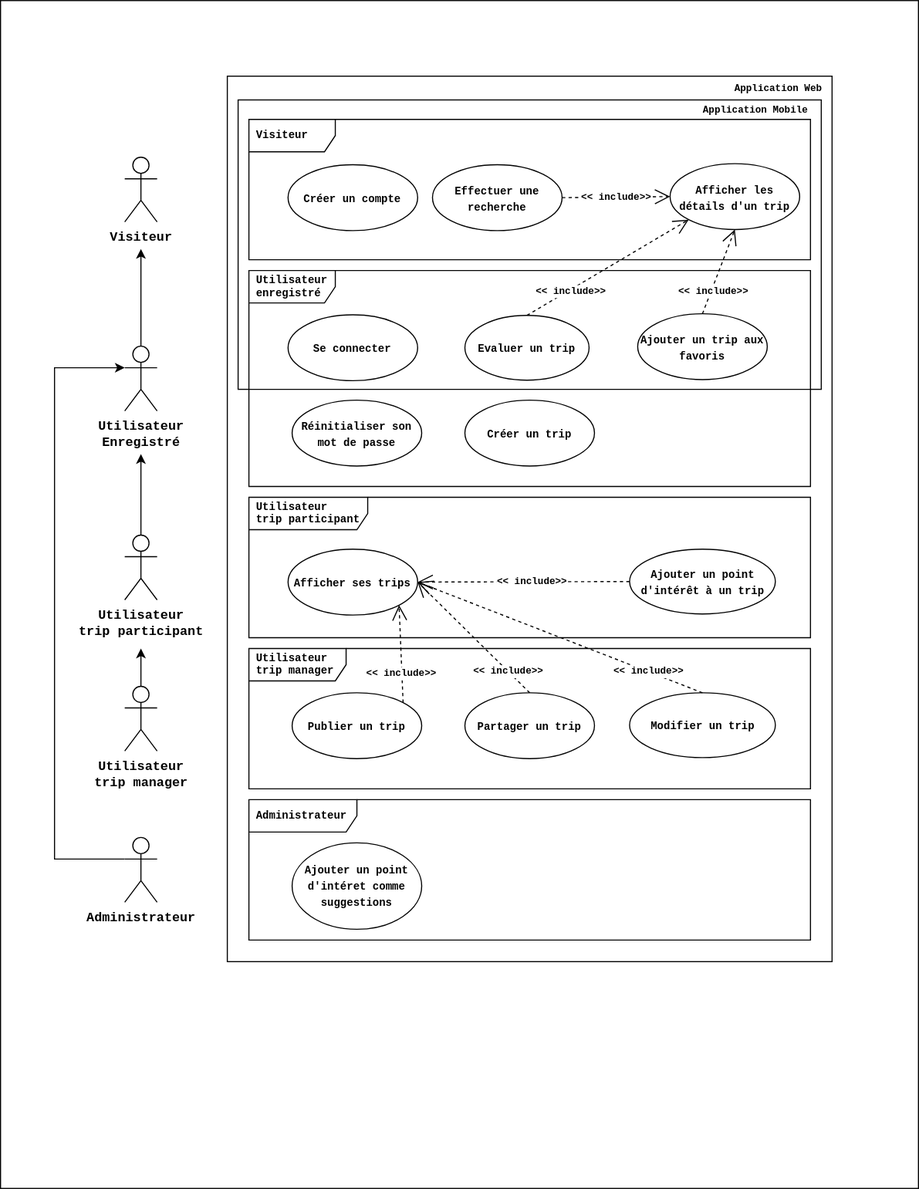
Earlier version of the draw.io export geocity.analysis/TFE/ressources/svg/diagramme-use-cases.svg (WilliamGordon/GeoCity). Source tidied: cells renumbered, new cells last; positions are measured from the earlier drawing's top-left corner, leaving out a move shared by most shapes.
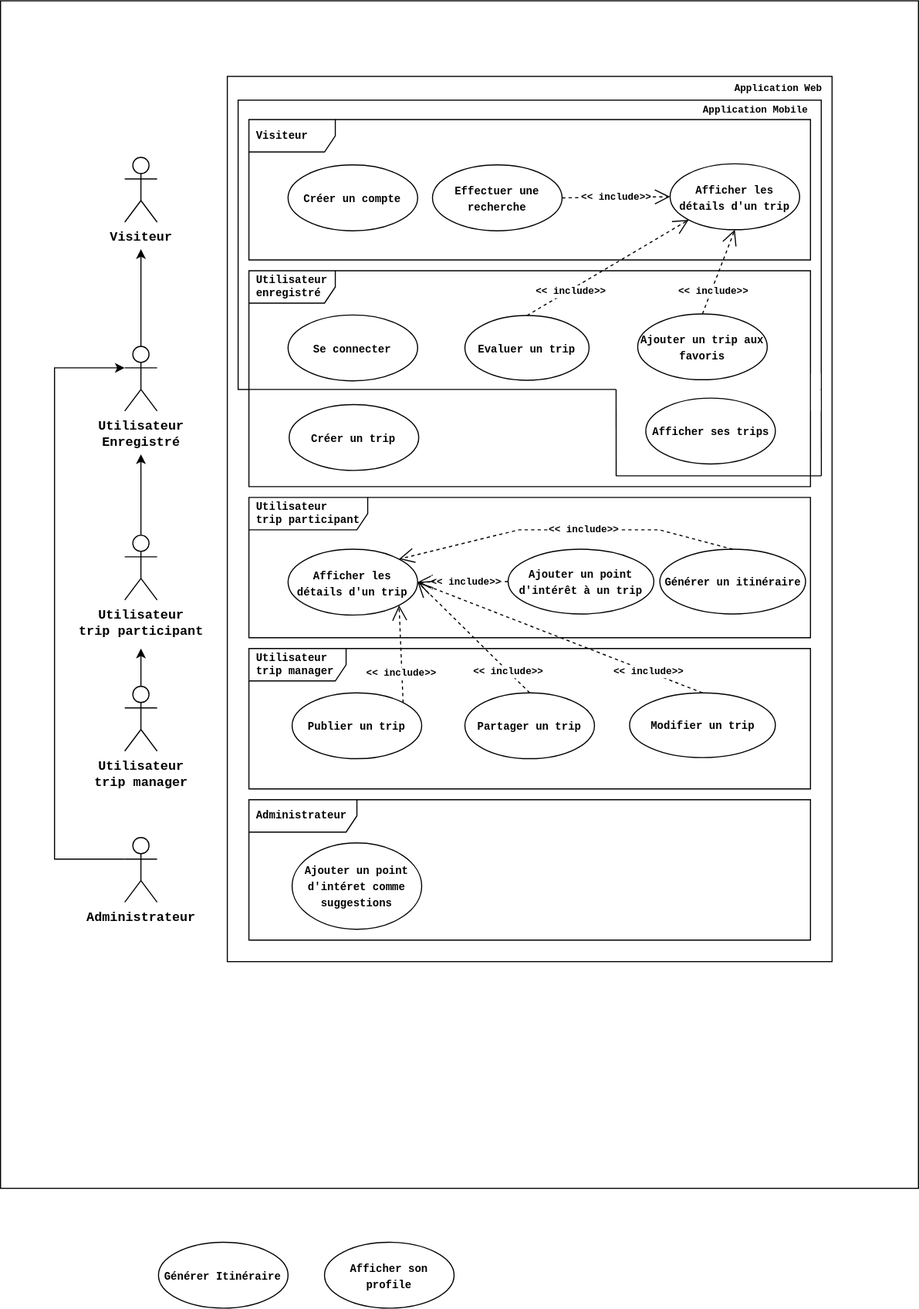
Later version of the same file.

Diff of the diagram source:
```diff
@@ -64,7 +64,7 @@
       <mxGeometry relative="1" as="geometry" />
     </mxCell>
     <mxCell id="21" value="&lt;font size=&quot;1&quot; face=&quot;Courier New&quot;&gt;&lt;b&gt;Créer un trip&lt;/b&gt;&lt;/font&gt;" style="ellipse;whiteSpace=wrap;html=1;" parent="1" vertex="1">
-      <mxGeometry x="430" y="370" width="120" height="61" as="geometry" />
+      <mxGeometry x="267.2" y="374" width="120" height="61" as="geometry" />
     </mxCell>
     <mxCell id="22" value="&lt;font size=&quot;1&quot; face=&quot;Courier New&quot;&gt;&lt;b&gt;Ajouter un trip aux favoris&lt;/b&gt;&lt;/font&gt;" style="ellipse;whiteSpace=wrap;html=1;" parent="1" vertex="1">
       <mxGeometry x="590" y="290" width="120" height="61" as="geometry" />
@@ -78,9 +78,6 @@
     <mxCell id="25" value="&lt;font size=&quot;1&quot; face=&quot;Courier New&quot;&gt;&lt;b&gt;Se connecter&lt;/b&gt;&lt;/font&gt;" style="ellipse;whiteSpace=wrap;html=1;" parent="1" vertex="1">
       <mxGeometry x="266.2" y="291" width="120" height="61" as="geometry" />
     </mxCell>
-    <mxCell id="26" value="&lt;font size=&quot;1&quot; face=&quot;Courier New&quot;&gt;&lt;b&gt;Réinitialiser son mot de passe&lt;/b&gt;&lt;/font&gt;" style="ellipse;whiteSpace=wrap;html=1;" parent="1" vertex="1">
-      <mxGeometry x="270" y="370" width="120" height="61" as="geometry" />
-    </mxCell>
     <mxCell id="27" value="&lt;b style=&quot;font-family: &amp;quot;Courier New&amp;quot;; font-size: x-small;&quot;&gt;Publier un trip&lt;/b&gt;" style="ellipse;whiteSpace=wrap;html=1;" parent="1" vertex="1">
       <mxGeometry x="270" y="641" width="120" height="61" as="geometry" />
     </mxCell>
@@ -98,11 +95,11 @@
     <mxCell id="31" value="Utilisateur &lt;br&gt;trip participant" style="shape=umlFrame;tabPosition=left;html=1;boundedLbl=1;labelInHeader=1;width=110;height=30;swimlaneFillColor=#ffffff;align=left;spacingLeft=5;fontFamily=Courier New;fontSize=10;fontStyle=1;" parent="1" vertex="1">
       <mxGeometry x="230" y="460" width="520" height="130" as="geometry" />
     </mxCell>
-    <mxCell id="32" value="&lt;font size=&quot;1&quot; face=&quot;Courier New&quot;&gt;&lt;b&gt;Afficher ses trips&lt;/b&gt;&lt;/font&gt;" style="ellipse;whiteSpace=wrap;html=1;" parent="1" vertex="1">
+    <mxCell id="32" value="&lt;b style=&quot;font-family: &amp;quot;Courier New&amp;quot;; font-size: x-small;&quot;&gt;Afficher les détails d'un trip&lt;/b&gt;" style="ellipse;whiteSpace=wrap;html=1;" parent="1" vertex="1">
       <mxGeometry x="266.2" y="508" width="120" height="61" as="geometry" />
     </mxCell>
     <mxCell id="33" value="&lt;font size=&quot;1&quot; face=&quot;Courier New&quot;&gt;&lt;b&gt;Ajouter un point d'intérêt à un trip&lt;/b&gt;&lt;/font&gt;" style="ellipse;whiteSpace=wrap;html=1;" parent="1" vertex="1">
-      <mxGeometry x="582.5" y="508" width="135" height="60" as="geometry" />
+      <mxGeometry x="470" y="508" width="135" height="60" as="geometry" />
     </mxCell>
     <mxCell id="34" value="&lt;font size=&quot;1&quot; face=&quot;Courier New&quot;&gt;&lt;b&gt;Modifier un trip&lt;/b&gt;&lt;/font&gt;" style="ellipse;whiteSpace=wrap;html=1;" parent="1" vertex="1">
       <mxGeometry x="582.5" y="641" width="135" height="60" as="geometry" />
@@ -128,7 +125,45 @@
       </mxGeometry>
     </mxCell>
     <mxCell id="40" style="line;strokeWidth=1;html=1;fontFamily=Courier New;fontSize=6;" parent="1" vertex="1">
-      <mxGeometry x="230" y="355" width="520" height="10" as="geometry" />
+      <mxGeometry x="230" y="355" width="340" height="10" as="geometry" />
     </mxCell>
+    <mxCell id="41" value="&lt;font size=&quot;1&quot; face=&quot;Courier New&quot;&gt;&lt;b&gt;Générer Itinéraire&lt;/b&gt;&lt;/font&gt;" style="ellipse;whiteSpace=wrap;html=1;" parent="1" vertex="1">
+      <mxGeometry x="146.2" y="1150" width="120" height="61" as="geometry" />
+    </mxCell>
+    <mxCell id="42" value="&lt;font size=&quot;1&quot; face=&quot;Courier New&quot;&gt;&lt;b&gt;Afficher son profile&lt;/b&gt;&lt;/font&gt;" style="ellipse;whiteSpace=wrap;html=1;" parent="1" vertex="1">
+      <mxGeometry x="300" y="1150" width="120" height="61" as="geometry" />
+    </mxCell>
+    <mxCell id="43" value="&lt;font size=&quot;1&quot; face=&quot;Courier New&quot;&gt;&lt;b&gt;Afficher ses trips&lt;/b&gt;&lt;/font&gt;" style="ellipse;whiteSpace=wrap;html=1;" parent="1" vertex="1">
+      <mxGeometry x="597.5" y="368" width="120" height="61" as="geometry" />
+    </mxCell>
+    <mxCell id="44" style="endArrow=none;html=1;rounded=0;fontFamily=Courier New;fontSize=6;entryX=1;entryY=0.5;entryDx=0;entryDy=0;entryPerimeter=0;exitX=0.654;exitY=0.95;exitDx=0;exitDy=0;exitPerimeter=0;" parent="1" edge="1" source="7" target="40">
+      <mxGeometry relative="1" as="geometry" />
+    </mxCell>
+    <mxCell id="45" style="endArrow=none;html=1;rounded=0;fontFamily=Courier New;fontSize=6;entryX=1;entryY=0.5;entryDx=0;entryDy=0;entryPerimeter=0;exitX=0.654;exitY=0.95;exitDx=0;exitDy=0;exitPerimeter=0;" parent="1" edge="1">
+      <mxGeometry relative="1" as="geometry">
+        <mxPoint x="760.1" y="440" as="sourcePoint" />
+        <mxPoint x="760" y="360" as="targetPoint" />
+      </mxGeometry>
+    </mxCell>
+    <mxCell id="46" style="endArrow=none;html=1;rounded=0;fontFamily=Courier New;fontSize=6;" parent="1" edge="1">
+      <mxGeometry relative="1" as="geometry">
+        <mxPoint x="760" y="440" as="sourcePoint" />
+        <mxPoint x="570" y="440" as="targetPoint" />
+      </mxGeometry>
+    </mxCell>
+    <mxCell id="47" style="rounded=0;whiteSpace=wrap;html=1;fontFamily=Courier New;fontSize=6;strokeWidth=0;strokeColor=none;" parent="1" vertex="1">
+      <mxGeometry x="750.4" y="345.4" width="9" height="34.6" as="geometry" />
+    </mxCell>
+    <mxCell id="48" value="&lt;font size=&quot;1&quot; face=&quot;Courier New&quot;&gt;&lt;b&gt;Générer un itinéraire&lt;/b&gt;&lt;/font&gt;" style="ellipse;whiteSpace=wrap;html=1;" parent="1" vertex="1">
+      <mxGeometry x="610.5" y="508" width="135" height="60" as="geometry" />
+    </mxCell>
+    <mxCell id="49" value="&lt;font style=&quot;font-size: 9px;&quot;&gt;&lt;b&gt;&amp;lt;&amp;lt; include&amp;gt;&amp;gt;&lt;/b&gt;&lt;/font&gt;" style="endArrow=open;endSize=12;dashed=1;html=1;rounded=0;fontFamily=Courier New;fontSize=10;exitX=0.5;exitY=0;exitDx=0;exitDy=0;entryX=1;entryY=0;entryDx=0;entryDy=0;" parent="1" edge="1" source="48" target="32">
+      <mxGeometry x="-0.11" relative="1" as="geometry">
+        <Array as="points">
+          <mxPoint x="610" y="490" />
+          <mxPoint x="480" y="490" />
+        </Array>
+      </mxGeometry>
+    </mxCell>
   </root>
 </mxGraphModel>
```
